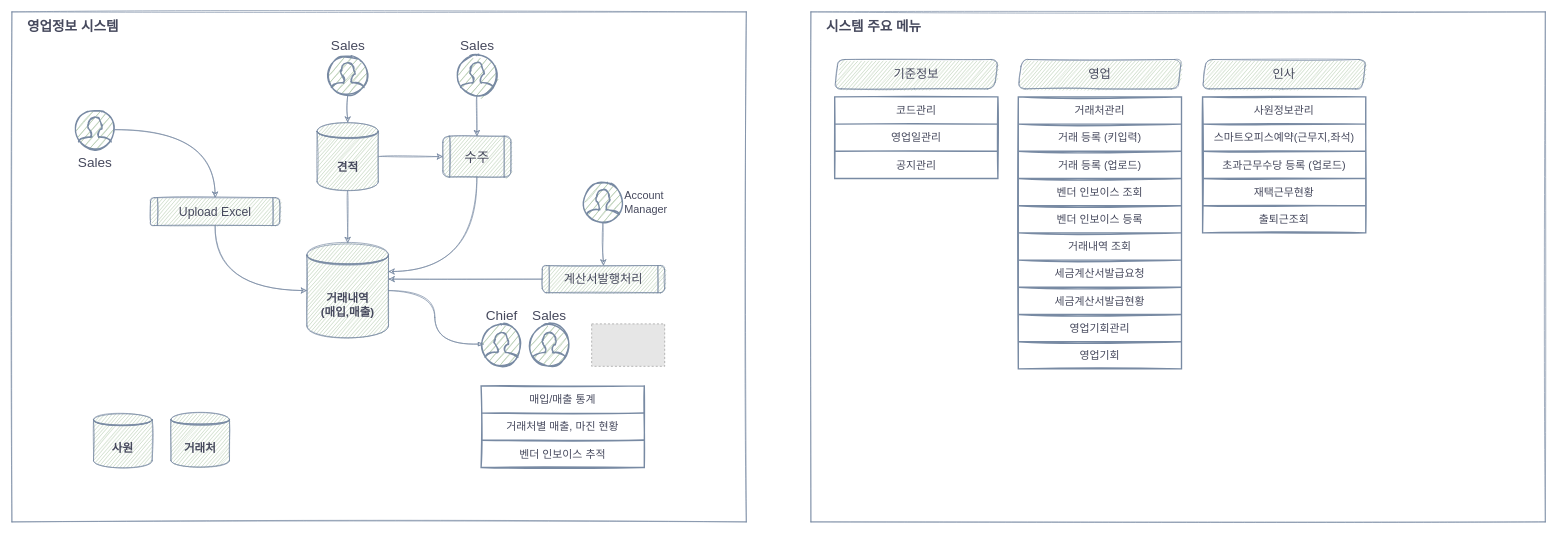
The draw.io diagram page "영업정보 시스템" (2 of 4) of Project List.drawio in rokag3-gb/draw.io, before the edit. Source tidied: cells renumbered, new cells numbered last; positions are measured from the earlier drawing's top-left corner, leaving out a move shared by most shapes. Both pictures are drawn from the tidied source at 68%, with x=0, y=0 at pixel (12, 12). Pictures stored in the file or linked from it are replaced by grey dashed boxes.
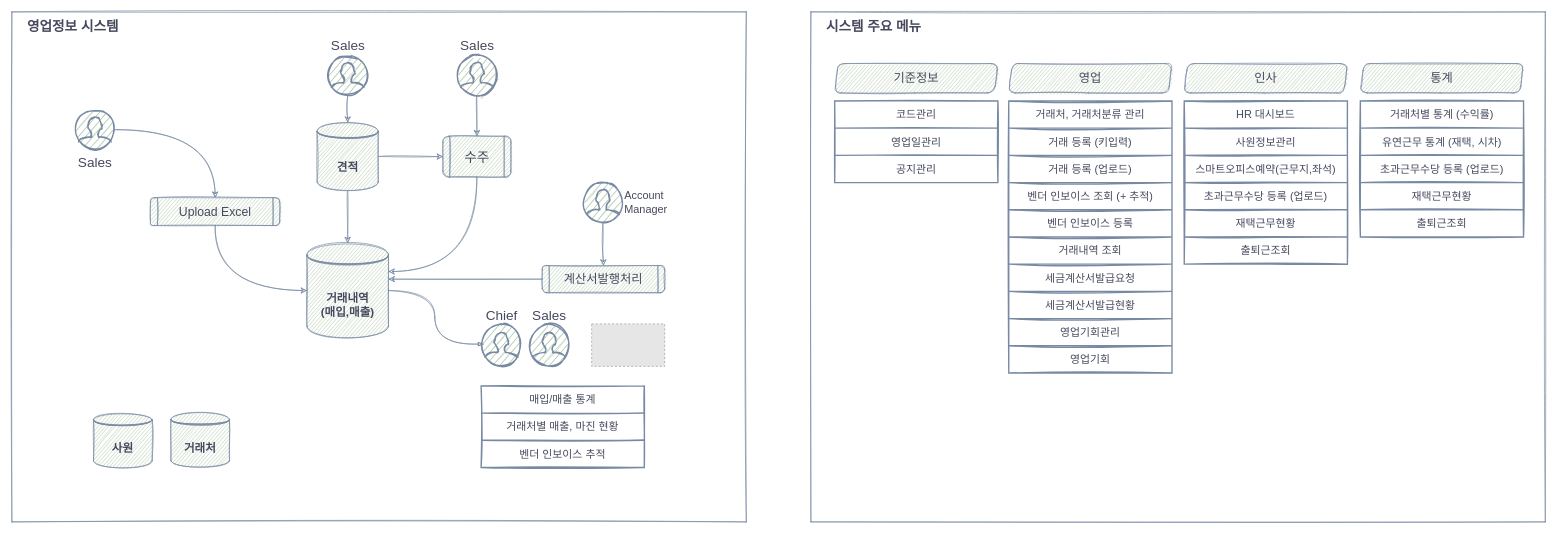
Above is the later version.

The change refers to these unchanged cells:
```xml
<mxCell id="32" style="shape=tableRow;horizontal=0;startSize=0;swimlaneHead=0;swimlaneBody=0;top=0;left=0;bottom=0;right=0;fillColor=none;rounded=0;shadow=0;labelBackgroundColor=none;labelBorderColor=none;sketch=1;fillStyle=auto;fontSize=16;fontColor=#46495D;strokeColor=#788AA3;strokeWidth=2;" parent="31" vertex="1">
  <mxGeometry width="240" height="40" as="geometry" />
</mxCell>
<mxCell id="38" style="shape=tableRow;horizontal=0;startSize=0;swimlaneHead=0;swimlaneBody=0;top=0;left=0;bottom=0;right=0;fillColor=none;rounded=0;shadow=0;labelBackgroundColor=none;labelBorderColor=none;sketch=1;fillStyle=auto;fontSize=16;fontColor=#46495D;strokeColor=#788AA3;strokeWidth=2;" parent="31" vertex="1">
  <mxGeometry y="120" width="240" height="40" as="geometry" />
</mxCell>
```

Diff of the diagram source:
```diff
@@
     <mxCell id="30" value="영업" style="shape=parallelogram;perimeter=parallelogramPerimeter;whiteSpace=wrap;html=1;fixedSize=1;fontSize=18;verticalAlign=middle;dashed=0;fontStyle=0;rounded=1;size=5.199999999999818;spacing=10;fillColor=#B2C9AB;strokeColor=#788AA3;fontColor=#46495D;sketch=1;" parent="1" vertex="1">
-      <mxGeometry x="1480" y="70" width="240" height="43.2" as="geometry" />
+      <mxGeometry x="1466" y="76" width="240" height="43.2" as="geometry" />
     </mxCell>
     <mxCell id="31" style="shape=table;startSize=0;childLayout=tableLayout;rounded=0;shadow=0;labelBackgroundColor=none;labelBorderColor=none;sketch=1;fillStyle=auto;fontSize=16;fontColor=#46495D;strokeColor=#788AA3;strokeWidth=2;fillColor=default;gradientDirection=east;swimlaneLine=1;" parent="1" vertex="1">
-      <mxGeometry x="1480" y="125" width="240" height="400" as="geometry" />
+      <mxGeometry x="1466" y="131" width="240" height="400" as="geometry" />
     </mxCell>
@@
-    <mxCell id="33" value="거래처관리" style="shape=partialRectangle;html=1;whiteSpace=wrap;overflow=hidden;fillColor=none;top=0;left=0;bottom=0;right=0;rounded=0;shadow=0;labelBackgroundColor=none;labelBorderColor=none;sketch=1;fillStyle=auto;fontSize=16;fontColor=#46495D;strokeColor=#788AA3;strokeWidth=2;" parent="32" vertex="1">
+    <mxCell id="33" value="거래처, 거래처분류 관리" style="shape=partialRectangle;html=1;whiteSpace=wrap;overflow=hidden;fillColor=none;top=0;left=0;bottom=0;right=0;rounded=0;shadow=0;labelBackgroundColor=none;labelBorderColor=none;sketch=1;fillStyle=auto;fontSize=16;fontColor=#46495D;strokeColor=#788AA3;strokeWidth=2;" parent="32" vertex="1">
       <mxGeometry width="240" height="40" as="geometry" />
     </mxCell>
@@
-    <mxCell id="39" value="벤더 인보이스 조회" style="shape=partialRectangle;html=1;whiteSpace=wrap;overflow=hidden;fillColor=none;top=0;left=0;bottom=0;right=0;rounded=0;shadow=0;labelBackgroundColor=none;labelBorderColor=none;sketch=1;fillStyle=auto;fontSize=16;fontColor=#46495D;strokeColor=#788AA3;strokeWidth=2;" parent="38" vertex="1">
+    <mxCell id="39" value="벤더 인보이스 조회 (+ 추적)" style="shape=partialRectangle;html=1;whiteSpace=wrap;overflow=hidden;fillColor=none;top=0;left=0;bottom=0;right=0;rounded=0;shadow=0;labelBackgroundColor=none;labelBorderColor=none;sketch=1;fillStyle=auto;fontSize=16;fontColor=#46495D;strokeColor=#788AA3;strokeWidth=2;" parent="38" vertex="1">
       <mxGeometry width="240" height="40" as="geometry" />
     </mxCell>
@@
     <mxCell id="52" value="기준정보" style="shape=parallelogram;perimeter=parallelogramPerimeter;whiteSpace=wrap;html=1;fixedSize=1;fontSize=18;verticalAlign=middle;dashed=0;fontStyle=0;rounded=1;size=5.199999999999818;spacing=10;fillColor=#B2C9AB;strokeColor=#788AA3;fontColor=#46495D;sketch=1;" parent="1" vertex="1">
-      <mxGeometry x="1210" y="70" width="240" height="43.2" as="geometry" />
+      <mxGeometry x="1210" y="76" width="240" height="43.2" as="geometry" />
     </mxCell>
     <mxCell id="53" style="shape=table;startSize=0;childLayout=tableLayout;rounded=0;shadow=0;labelBackgroundColor=none;labelBorderColor=none;sketch=1;fillStyle=auto;fontSize=16;fontColor=#46495D;strokeColor=#788AA3;strokeWidth=2;fillColor=default;gradientDirection=east;swimlaneLine=1;" parent="1" vertex="1">
-      <mxGeometry x="1210" y="125" width="240" height="120" as="geometry" />
+      <mxGeometry x="1210" y="131" width="240" height="120" as="geometry" />
     </mxCell>
@@
     <mxCell id="67" value="인사" style="shape=parallelogram;perimeter=parallelogramPerimeter;whiteSpace=wrap;html=1;fixedSize=1;fontSize=18;verticalAlign=middle;dashed=0;fontStyle=0;rounded=1;size=5.199999999999818;spacing=10;fillColor=#B2C9AB;strokeColor=#788AA3;fontColor=#46495D;sketch=1;" parent="1" vertex="1">
-      <mxGeometry x="1751" y="70" width="240" height="43.2" as="geometry" />
+      <mxGeometry x="1724" y="76" width="240" height="43.2" as="geometry" />
     </mxCell>
     <mxCell id="68" style="shape=table;startSize=0;childLayout=tableLayout;rounded=0;shadow=0;labelBackgroundColor=none;labelBorderColor=none;sketch=1;fillStyle=auto;fontSize=16;fontColor=#46495D;strokeColor=#788AA3;strokeWidth=2;fillColor=default;gradientDirection=east;swimlaneLine=1;" parent="1" vertex="1">
-      <mxGeometry x="1751" y="125" width="240" height="200" as="geometry" />
+      <mxGeometry x="1724" y="131" width="240" height="240" as="geometry" />
     </mxCell>
+    <mxCell id="79" style="shape=tableRow;horizontal=0;startSize=0;swimlaneHead=0;swimlaneBody=0;top=0;left=0;bottom=0;right=0;fillColor=none;rounded=0;shadow=0;labelBackgroundColor=none;labelBorderColor=none;sketch=1;fillStyle=auto;fontSize=16;fontColor=#46495D;strokeColor=#788AA3;strokeWidth=2;" parent="68" vertex="1">
+      <mxGeometry width="240" height="40" as="geometry" />
+    </mxCell>
+    <mxCell id="80" value="HR 대시보드" style="shape=partialRectangle;html=1;whiteSpace=wrap;overflow=hidden;fillColor=none;top=0;left=0;bottom=0;right=0;rounded=0;shadow=0;labelBackgroundColor=none;labelBorderColor=none;sketch=1;fillStyle=auto;fontSize=16;fontColor=#46495D;strokeColor=#788AA3;strokeWidth=2;" parent="79" vertex="1">
+      <mxGeometry width="240" height="40" as="geometry" />
+    </mxCell>
     <mxCell id="69" style="shape=tableRow;horizontal=0;startSize=0;swimlaneHead=0;swimlaneBody=0;top=0;left=0;bottom=0;right=0;fillColor=none;rounded=0;shadow=0;labelBackgroundColor=none;labelBorderColor=none;sketch=1;fillStyle=auto;fontSize=16;fontColor=#46495D;strokeColor=#788AA3;strokeWidth=2;" parent="68" vertex="1">
-      <mxGeometry width="240" height="40" as="geometry" />
+      <mxGeometry y="40" width="240" height="40" as="geometry" />
     </mxCell>
@@
     <mxCell id="71" style="shape=tableRow;horizontal=0;startSize=0;swimlaneHead=0;swimlaneBody=0;top=0;left=0;bottom=0;right=0;fillColor=none;rounded=0;shadow=0;labelBackgroundColor=none;labelBorderColor=none;sketch=1;fillStyle=auto;fontSize=16;fontColor=#46495D;strokeColor=#788AA3;strokeWidth=2;" parent="68" vertex="1">
-      <mxGeometry y="40" width="240" height="40" as="geometry" />
+      <mxGeometry y="80" width="240" height="40" as="geometry" />
     </mxCell>
@@
     <mxCell id="73" style="shape=tableRow;horizontal=0;startSize=0;swimlaneHead=0;swimlaneBody=0;top=0;left=0;bottom=0;right=0;fillColor=none;rounded=0;shadow=0;labelBackgroundColor=none;labelBorderColor=none;sketch=1;fillStyle=auto;fontSize=16;fontColor=#46495D;strokeColor=#788AA3;strokeWidth=2;" parent="68" vertex="1">
-      <mxGeometry y="80" width="240" height="40" as="geometry" />
+      <mxGeometry y="120" width="240" height="40" as="geometry" />
     </mxCell>
@@
     <mxCell id="75" style="shape=tableRow;horizontal=0;startSize=0;swimlaneHead=0;swimlaneBody=0;top=0;left=0;bottom=0;right=0;fillColor=none;rounded=0;shadow=0;labelBackgroundColor=none;labelBorderColor=none;sketch=1;fillStyle=auto;fontSize=16;fontColor=#46495D;strokeColor=#788AA3;strokeWidth=2;" parent="68" vertex="1">
-      <mxGeometry y="120" width="240" height="40" as="geometry" />
+      <mxGeometry y="160" width="240" height="40" as="geometry" />
     </mxCell>
@@
     <mxCell id="77" style="shape=tableRow;horizontal=0;startSize=0;swimlaneHead=0;swimlaneBody=0;top=0;left=0;bottom=0;right=0;fillColor=none;rounded=0;shadow=0;labelBackgroundColor=none;labelBorderColor=none;sketch=1;fillStyle=auto;fontSize=16;fontColor=#46495D;strokeColor=#788AA3;strokeWidth=2;" parent="68" vertex="1">
-      <mxGeometry y="160" width="240" height="40" as="geometry" />
+      <mxGeometry y="200" width="240" height="40" as="geometry" />
     </mxCell>
@@
+    <mxCell id="81" value="통계" style="shape=parallelogram;perimeter=parallelogramPerimeter;whiteSpace=wrap;html=1;fixedSize=1;fontSize=18;verticalAlign=middle;dashed=0;fontStyle=0;rounded=1;size=5.199999999999818;spacing=10;fillColor=#B2C9AB;strokeColor=#788AA3;fontColor=#46495D;sketch=1;" parent="1" vertex="1">
+      <mxGeometry x="1983" y="76" width="240" height="43.2" as="geometry" />
+    </mxCell>
+    <mxCell id="82" style="shape=table;startSize=0;childLayout=tableLayout;rounded=0;shadow=0;labelBackgroundColor=none;labelBorderColor=none;sketch=1;fillStyle=auto;fontSize=16;fontColor=#46495D;strokeColor=#788AA3;strokeWidth=2;fillColor=default;gradientDirection=east;swimlaneLine=1;" parent="1" vertex="1">
+      <mxGeometry x="1983" y="131" width="240" height="200" as="geometry" />
+    </mxCell>
+    <mxCell id="83" style="shape=tableRow;horizontal=0;startSize=0;swimlaneHead=0;swimlaneBody=0;top=0;left=0;bottom=0;right=0;fillColor=none;rounded=0;shadow=0;labelBackgroundColor=none;labelBorderColor=none;sketch=1;fillStyle=auto;fontSize=16;fontColor=#46495D;strokeColor=#788AA3;strokeWidth=2;" parent="82" vertex="1">
+      <mxGeometry width="240" height="40" as="geometry" />
+    </mxCell>
+    <mxCell id="84" value="거래처별 통계 (수익률)" style="shape=partialRectangle;html=1;whiteSpace=wrap;overflow=hidden;fillColor=none;top=0;left=0;bottom=0;right=0;rounded=0;shadow=0;labelBackgroundColor=none;labelBorderColor=none;sketch=1;fillStyle=auto;fontSize=16;fontColor=#46495D;strokeColor=#788AA3;strokeWidth=2;" parent="83" vertex="1">
+      <mxGeometry width="240" height="40" as="geometry" />
+    </mxCell>
+    <mxCell id="85" style="shape=tableRow;horizontal=0;startSize=0;swimlaneHead=0;swimlaneBody=0;top=0;left=0;bottom=0;right=0;fillColor=none;rounded=0;shadow=0;labelBackgroundColor=none;labelBorderColor=none;sketch=1;fillStyle=auto;fontSize=16;fontColor=#46495D;strokeColor=#788AA3;strokeWidth=2;" parent="82" vertex="1">
+      <mxGeometry y="40" width="240" height="40" as="geometry" />
+    </mxCell>
+    <mxCell id="86" value="유연근무 통계 (재택, 시차)" style="shape=partialRectangle;html=1;whiteSpace=wrap;overflow=hidden;fillColor=none;top=0;left=0;bottom=0;right=0;rounded=0;shadow=0;labelBackgroundColor=none;labelBorderColor=none;sketch=1;fillStyle=auto;fontSize=16;fontColor=#46495D;strokeColor=#788AA3;strokeWidth=2;" parent="85" vertex="1">
+      <mxGeometry width="240" height="40" as="geometry" />
+    </mxCell>
+    <mxCell id="87" style="shape=tableRow;horizontal=0;startSize=0;swimlaneHead=0;swimlaneBody=0;top=0;left=0;bottom=0;right=0;fillColor=none;rounded=0;shadow=0;labelBackgroundColor=none;labelBorderColor=none;sketch=1;fillStyle=auto;fontSize=16;fontColor=#46495D;strokeColor=#788AA3;strokeWidth=2;" parent="82" vertex="1">
+      <mxGeometry y="80" width="240" height="40" as="geometry" />
+    </mxCell>
+    <mxCell id="88" value="초과근무수당 등록 (업로드)" style="shape=partialRectangle;html=1;whiteSpace=wrap;overflow=hidden;fillColor=none;top=0;left=0;bottom=0;right=0;rounded=0;shadow=0;labelBackgroundColor=none;labelBorderColor=none;sketch=1;fillStyle=auto;fontSize=16;fontColor=#46495D;strokeColor=#788AA3;strokeWidth=2;" parent="87" vertex="1">
+      <mxGeometry width="240" height="40" as="geometry" />
+    </mxCell>
+    <mxCell id="89" style="shape=tableRow;horizontal=0;startSize=0;swimlaneHead=0;swimlaneBody=0;top=0;left=0;bottom=0;right=0;fillColor=none;rounded=0;shadow=0;labelBackgroundColor=none;labelBorderColor=none;sketch=1;fillStyle=auto;fontSize=16;fontColor=#46495D;strokeColor=#788AA3;strokeWidth=2;" parent="82" vertex="1">
+      <mxGeometry y="120" width="240" height="40" as="geometry" />
+    </mxCell>
+    <mxCell id="90" value="재택근무현황" style="shape=partialRectangle;html=1;whiteSpace=wrap;overflow=hidden;fillColor=none;top=0;left=0;bottom=0;right=0;rounded=0;shadow=0;labelBackgroundColor=none;labelBorderColor=none;sketch=1;fillStyle=auto;fontSize=16;fontColor=#46495D;strokeColor=#788AA3;strokeWidth=2;" parent="89" vertex="1">
+      <mxGeometry width="240" height="40" as="geometry" />
+    </mxCell>
+    <mxCell id="91" style="shape=tableRow;horizontal=0;startSize=0;swimlaneHead=0;swimlaneBody=0;top=0;left=0;bottom=0;right=0;fillColor=none;rounded=0;shadow=0;labelBackgroundColor=none;labelBorderColor=none;sketch=1;fillStyle=auto;fontSize=16;fontColor=#46495D;strokeColor=#788AA3;strokeWidth=2;" parent="82" vertex="1">
+      <mxGeometry y="160" width="240" height="40" as="geometry" />
+    </mxCell>
+    <mxCell id="92" value="출퇴근조회" style="shape=partialRectangle;html=1;whiteSpace=wrap;overflow=hidden;fillColor=none;top=0;left=0;bottom=0;right=0;rounded=0;shadow=0;labelBackgroundColor=none;labelBorderColor=none;sketch=1;fillStyle=auto;fontSize=16;fontColor=#46495D;strokeColor=#788AA3;strokeWidth=2;" parent="91" vertex="1">
+      <mxGeometry width="240" height="40" as="geometry" />
+    </mxCell>
```
